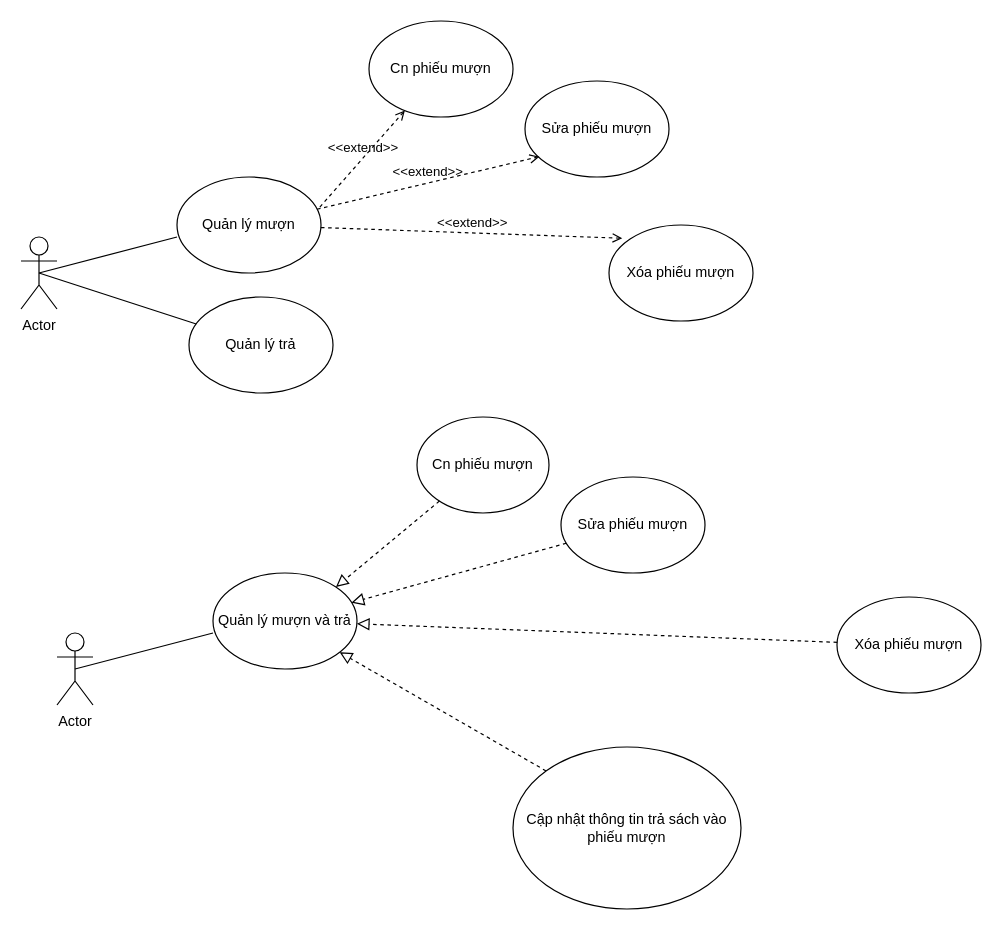
vanhieuhp/uml_diagram keeps this draw.io diagram as page "Quản lý mượn trả" (2 of 4) of Untitled Diagram.drawio. Above is the earlier version. Source tidied: cells renumbered, new cells numbered last; positions are measured from the earlier drawing's top-left corner, leaving out a move shared by most shapes. Both pictures are drawn from the tidied source at 120%, with x=0, y=0 at pixel (20, 20).
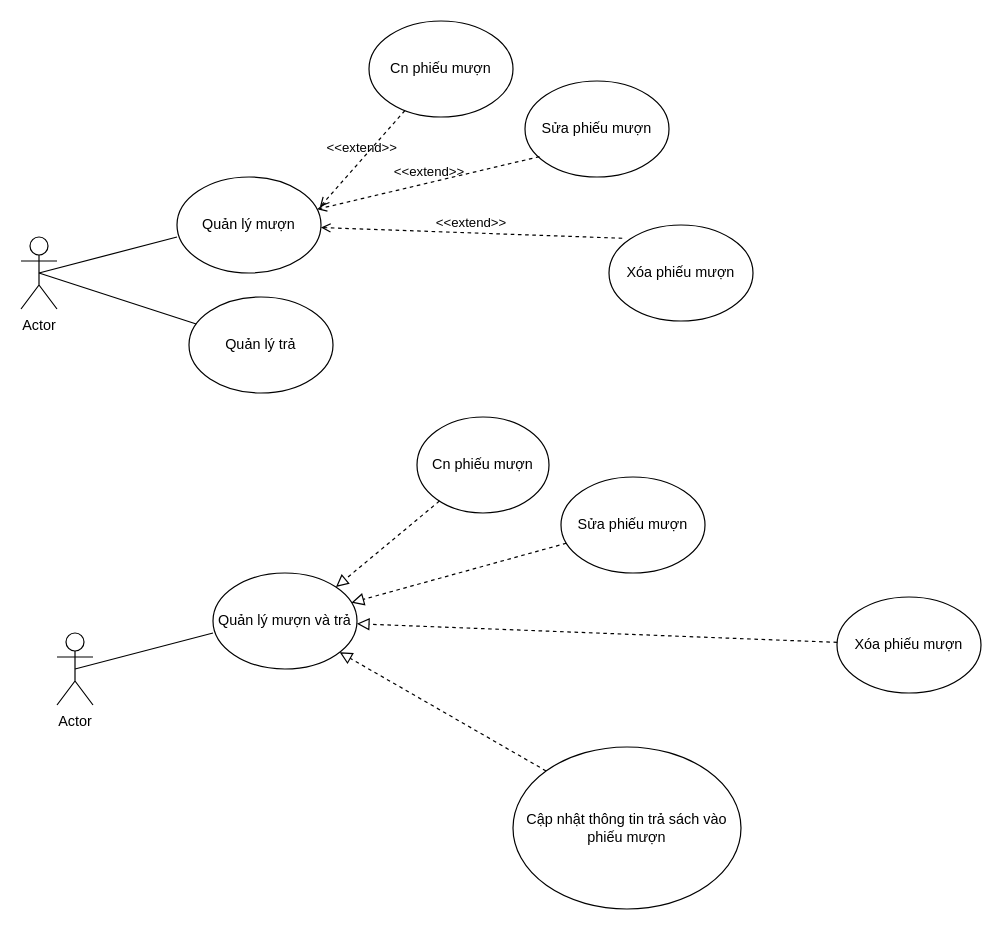
After the change.

Commit message (it also covers changes not shown here):
edit extend arrow

Unchanged cells that the change refers to:
```xml
<mxCell id="3" value="Quản lý mượn" style="ellipse;whiteSpace=wrap;html=1;" parent="1" vertex="1">
  <mxGeometry x="130" y="130" width="120" height="80" as="geometry" />
</mxCell>
<mxCell id="7" value="Cn phiếu mượn" style="ellipse;whiteSpace=wrap;html=1;" parent="1" vertex="1">
  <mxGeometry x="290" width="120" height="80" as="geometry" />
</mxCell>
<mxCell id="8" value="Sửa phiếu mượn" style="ellipse;whiteSpace=wrap;html=1;" parent="1" vertex="1">
  <mxGeometry x="420" y="50" width="120" height="80" as="geometry" />
</mxCell>
<mxCell id="9" value="Xóa phiếu mượn" style="ellipse;whiteSpace=wrap;html=1;" parent="1" vertex="1">
  <mxGeometry x="490" y="170" width="120" height="80" as="geometry" />
</mxCell>
```

What changed in the source:
```diff
@@
-    <mxCell id="5" value="&amp;lt;&amp;lt;extend&amp;gt;&amp;gt;" style="html=1;verticalAlign=bottom;labelBackgroundColor=none;endArrow=open;endFill=0;dashed=1;rounded=0;exitX=0.992;exitY=0.313;exitDx=0;exitDy=0;exitPerimeter=0;" parent="1" edge="1" source="3" target="7">
+    <mxCell id="5" value="&amp;lt;&amp;lt;extend&amp;gt;&amp;gt;" style="html=1;verticalAlign=bottom;labelBackgroundColor=none;endArrow=open;endFill=0;dashed=1;rounded=0;entryX=0.992;entryY=0.313;entryDx=0;entryDy=0;entryPerimeter=0;" parent="1" edge="1" source="7" target="3">
       <mxGeometry relative="1" as="geometry" />
     </mxCell>
-    <mxCell id="6" value="&amp;lt;&amp;lt;extend&amp;gt;&amp;gt;" style="html=1;verticalAlign=bottom;labelBackgroundColor=none;endArrow=open;endFill=0;dashed=1;rounded=0;entryX=0.092;entryY=0.138;entryDx=0;entryDy=0;entryPerimeter=0;" parent="1" edge="1" source="3" target="9">
+    <mxCell id="6" value="&amp;lt;&amp;lt;extend&amp;gt;&amp;gt;" style="html=1;verticalAlign=bottom;labelBackgroundColor=none;endArrow=open;endFill=0;dashed=1;rounded=0;exitX=0.092;exitY=0.138;exitDx=0;exitDy=0;exitPerimeter=0;" parent="1" edge="1" source="9" target="3">
       <mxGeometry relative="1" as="geometry" />
     </mxCell>
@@
-    <mxCell id="12" value="&amp;lt;&amp;lt;extend&amp;gt;&amp;gt;" style="html=1;verticalAlign=bottom;labelBackgroundColor=none;endArrow=open;endFill=0;dashed=1;rounded=0;entryX=0.1;entryY=0.788;entryDx=0;entryDy=0;entryPerimeter=0;" parent="1" edge="1" source="3" target="8">
+    <mxCell id="12" value="&amp;lt;&amp;lt;extend&amp;gt;&amp;gt;" style="html=1;verticalAlign=bottom;labelBackgroundColor=none;endArrow=open;endFill=0;dashed=1;rounded=0;exitX=0.1;exitY=0.788;exitDx=0;exitDy=0;exitPerimeter=0;" parent="1" edge="1" source="8" target="3">
       <mxGeometry relative="1" as="geometry" />
     </mxCell>
```
